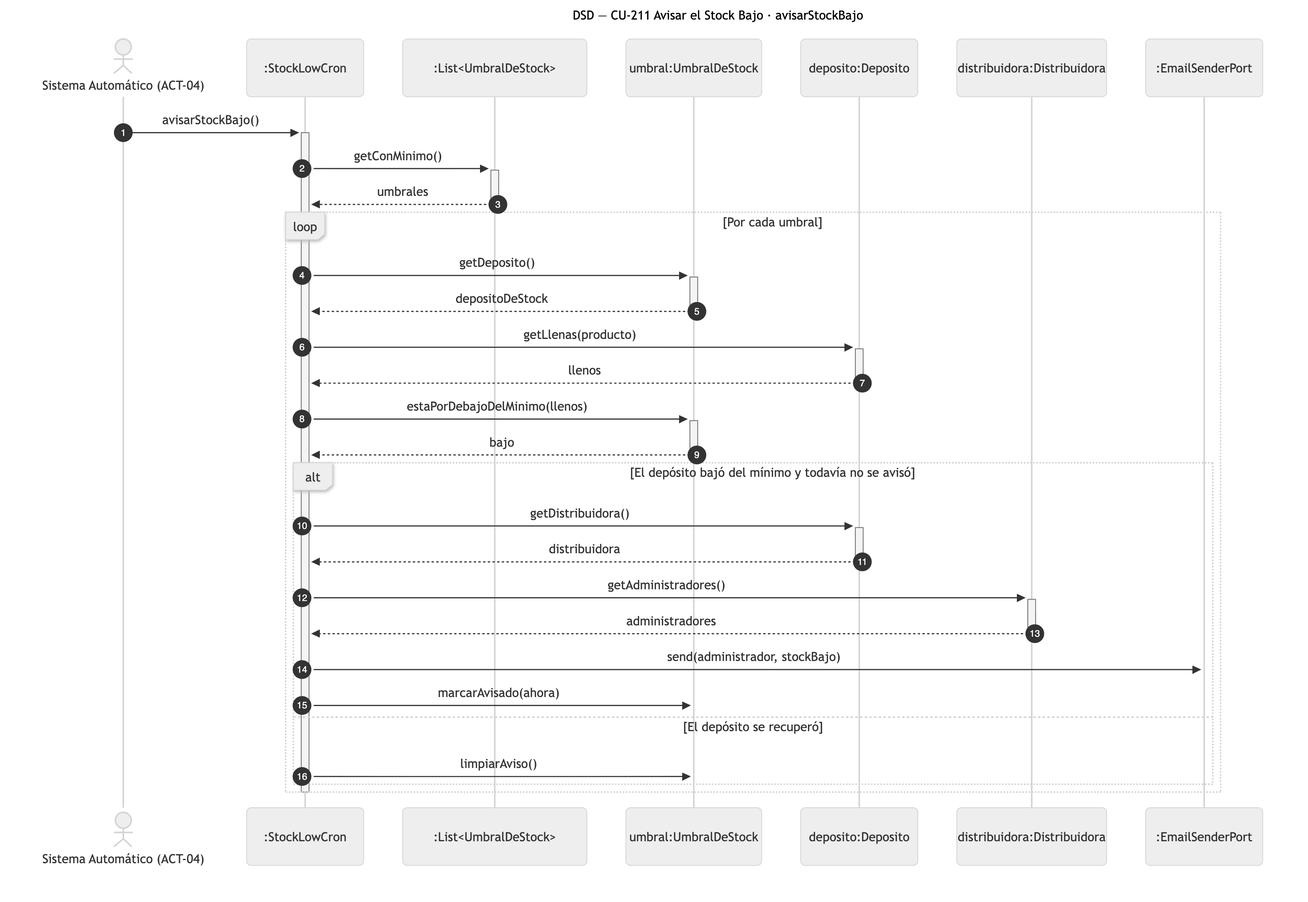
Earlier version of the Mermaid export diagramas/png/DSD_CU-211_avisarStockBajo.png (Nahuelito-Dev/splg-docs). Its source is kept beside it as diagramas/DSD_CU-211_avisarStockBajo.mmd. The source it was exported from:
```mermaid
sequenceDiagram
    title DSD — CU-211 Avisar el Stock Bajo · avisarStockBajo
    autonumber
    actor SIS as Sistema Automático (ACT-04)
    participant CRN as :StockLowCron
    participant UMBS as :List#lt;UmbralDeStock#gt;
    participant UMB as umbral:UmbralDeStock
    participant DEP as deposito:Deposito
    participant DIS as distribuidora:Distribuidora
    participant MAI as :EmailSenderPort

    SIS->>+CRN: avisarStockBajo()
    CRN->>+UMBS: getConMinimo()
    UMBS-->>-CRN: umbrales
    loop Por cada umbral
        CRN->>+UMB: getDeposito()
        UMB-->>-CRN: depositoDeStock
        CRN->>+DEP: getLlenas(producto)
        DEP-->>-CRN: llenos
        CRN->>+UMB: estaPorDebajoDelMinimo(llenos)
        UMB-->>-CRN: bajo
        alt El depósito bajó del mínimo y todavía no se avisó
            CRN->>+DEP: getDistribuidora()
            DEP-->>-CRN: distribuidora
            CRN->>+DIS: getAdministradores()
            DIS-->>-CRN: administradores
            CRN->>MAI: send(administrador, stockBajo)
            CRN->>UMB: marcarAvisado(ahora)
        else El depósito se recuperó
            CRN->>UMB: limpiarAviso()
        end
    end
    deactivate CRN
```
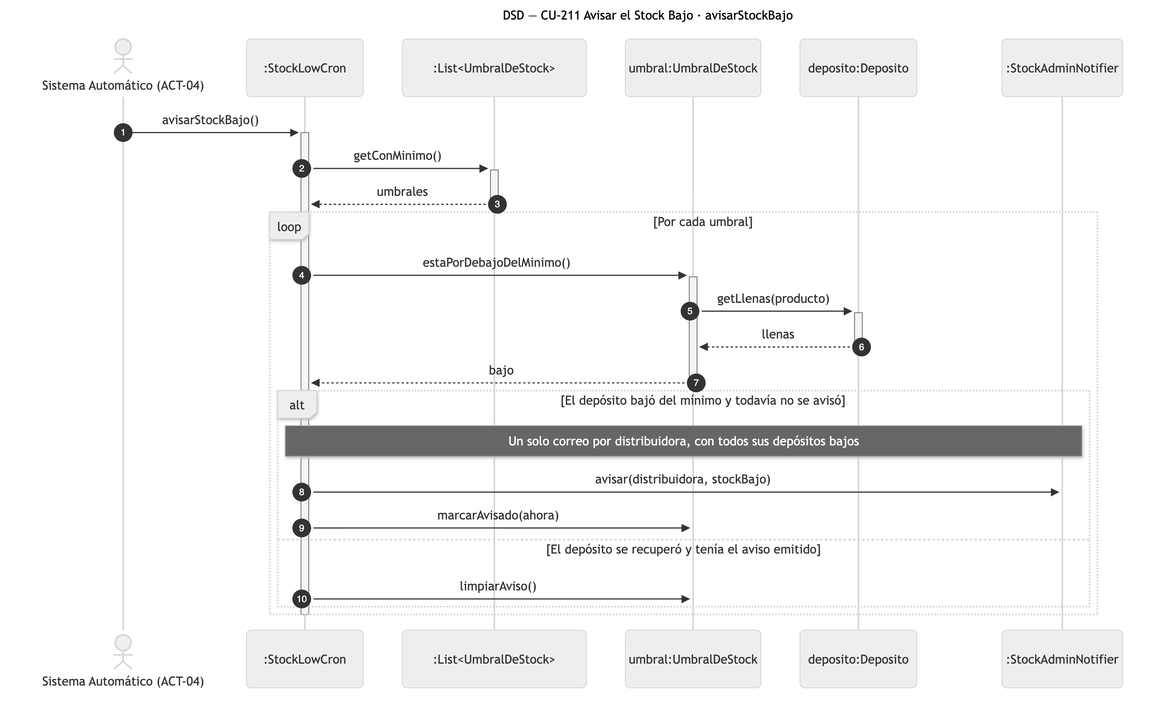
After the commit.

Change to the diagram source:
```diff
@@ -6,27 +6,21 @@
     participant UMBS as :List#lt;UmbralDeStock#gt;
     participant UMB as umbral:UmbralDeStock
     participant DEP as deposito:Deposito
-    participant DIS as distribuidora:Distribuidora
-    participant MAI as :EmailSenderPort
+    participant MAI as :StockAdminNotifier
 
     SIS->>+CRN: avisarStockBajo()
     CRN->>+UMBS: getConMinimo()
     UMBS-->>-CRN: umbrales
     loop Por cada umbral
-        CRN->>+UMB: getDeposito()
-        UMB-->>-CRN: depositoDeStock
-        CRN->>+DEP: getLlenas(producto)
-        DEP-->>-CRN: llenos
-        CRN->>+UMB: estaPorDebajoDelMinimo(llenos)
+        CRN->>+UMB: estaPorDebajoDelMinimo()
+        UMB->>+DEP: getLlenas(producto)
+        DEP-->>-UMB: llenas
         UMB-->>-CRN: bajo
         alt El depósito bajó del mínimo y todavía no se avisó
-            CRN->>+DEP: getDistribuidora()
-            DEP-->>-CRN: distribuidora
-            CRN->>+DIS: getAdministradores()
-            DIS-->>-CRN: administradores
-            CRN->>MAI: send(administrador, stockBajo)
+            Note over CRN,MAI: Un solo correo por distribuidora, con todos sus depósitos bajos
+            CRN->>MAI: avisar(distribuidora, stockBajo)
             CRN->>UMB: marcarAvisado(ahora)
-        else El depósito se recuperó
+        else El depósito se recuperó y tenía el aviso emitido
             CRN->>UMB: limpiarAviso()
         end
     end
```
